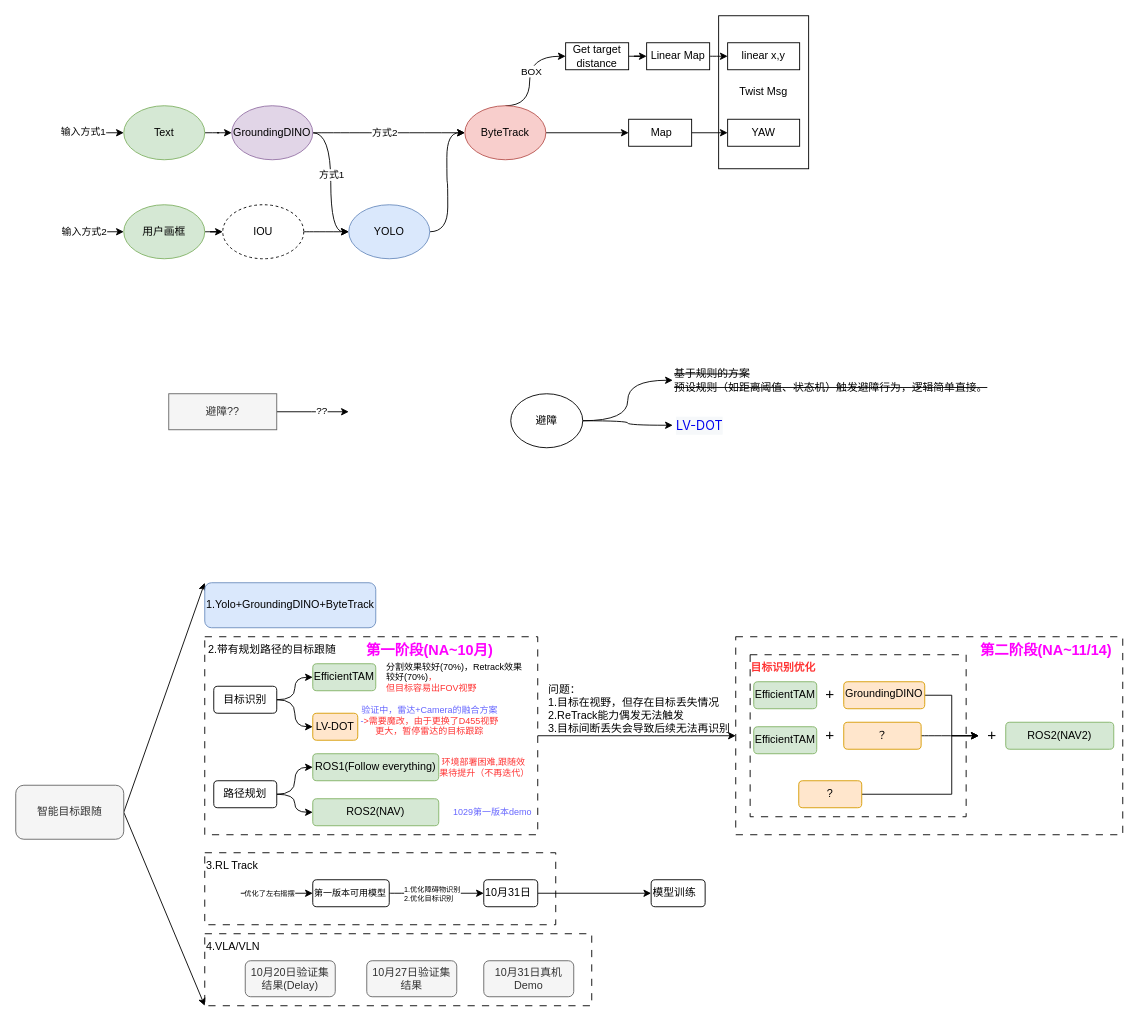
Earlier version of the draw.io diagram LLM/经典跟踪方法.drawio (mailonghua/drawio). Source tidied: cells renumbered, new cells numbered last; positions are measured from the earlier drawing's top-left corner, leaving out a move shared by most shapes. Both pictures are drawn from the tidied source at 90%, with x=0, y=0 at pixel (15, 15).
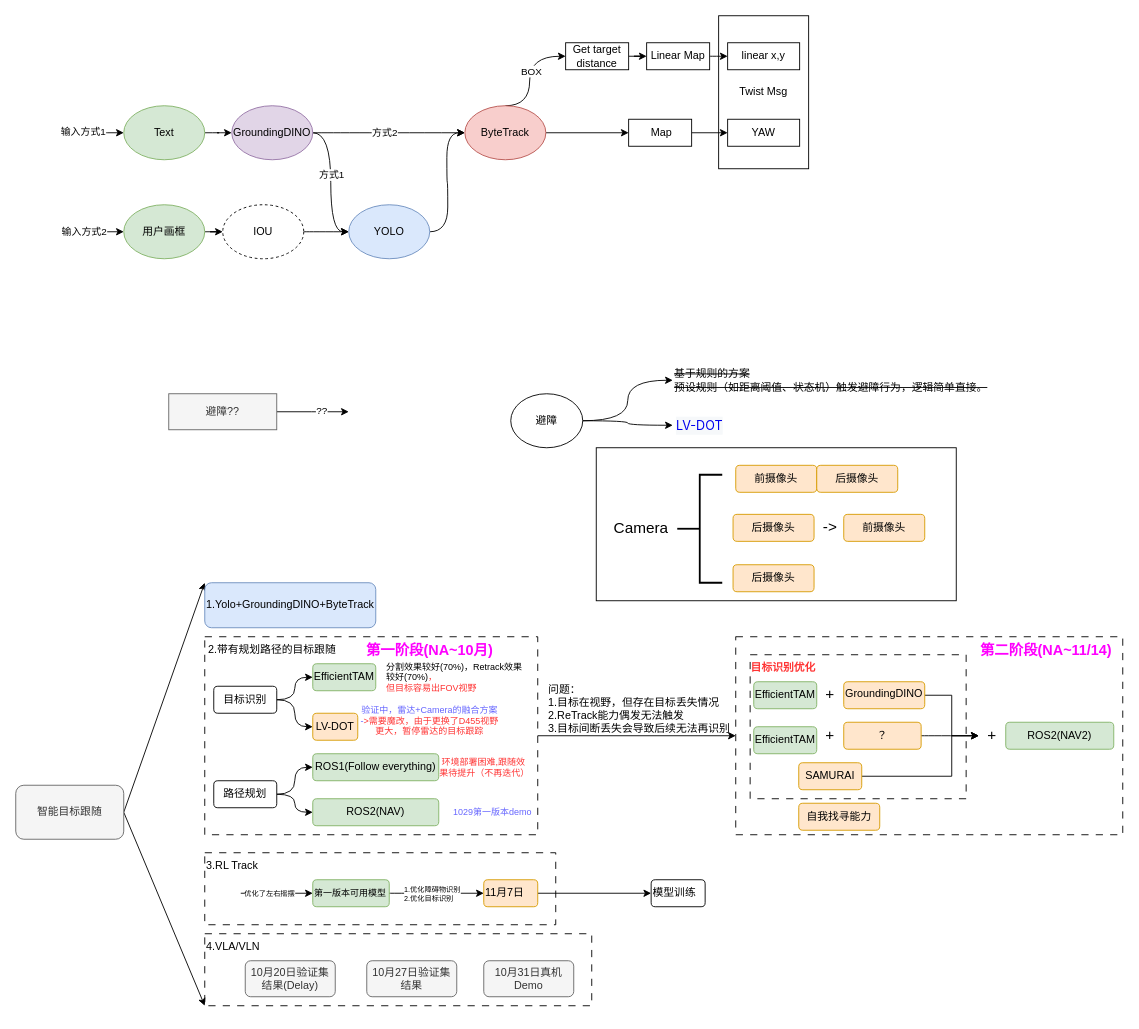
The same diagram, later.

Commit message:
更新经典跟踪方法.drawio

The change refers to these unchanged cells:
```xml
<mxCell id="91" value="+" style="text;html=1;whiteSpace=wrap;strokeColor=none;fillColor=none;align=center;verticalAlign=middle;rounded=0;fontSize=17;" parent="1" vertex="1">
  <mxGeometry x="1070" y="785" width="30" height="30" as="geometry" />
</mxCell>
```

The edit, as a diff of the source:
```diff
@@
+    <mxCell id="94" style="rounded=0;whiteSpace=wrap;html=1;" parent="1" vertex="1">
+      <mxGeometry x="645" y="480" width="400" height="170" as="geometry" />
+    </mxCell>
@@
     <mxCell id="4" style="rounded=0;whiteSpace=wrap;html=1;labelBackgroundColor=none;dashed=1;dashPattern=8 8;strokeWidth=1;" parent="1" vertex="1">
-      <mxGeometry x="816" y="710" width="240" height="180" as="geometry" />
+      <mxGeometry x="816" y="710" width="240" height="160" as="geometry" />
     </mxCell>
@@
-    <mxCell id="50" value="10月31日" style="rounded=1;whiteSpace=wrap;html=1;align=left;" parent="1" vertex="1">
+    <mxCell id="50" value="11月7日" style="rounded=1;whiteSpace=wrap;html=1;align=left;fillColor=#ffe6cc;strokeColor=#d79b00;" parent="1" vertex="1">
       <mxGeometry x="520" y="960" width="60" height="30" as="geometry" />
     </mxCell>
@@
-    <mxCell id="70" value="第一版本可用模型" style="rounded=1;whiteSpace=wrap;html=1;align=left;fontSize=10;" parent="1" vertex="1">
+    <mxCell id="70" value="第一版本可用模型" style="rounded=1;whiteSpace=wrap;html=1;align=left;fontSize=10;fillColor=#d5e8d4;strokeColor=#82b366;" parent="1" vertex="1">
       <mxGeometry x="330" y="960" width="85" height="30" as="geometry" />
     </mxCell>
@@
     <mxCell id="87" style="edgeStyle=orthogonalEdgeStyle;rounded=0;jettySize=auto;html=1;exitX=1;exitY=0.5;exitDx=0;exitDy=0;entryX=0;entryY=0.5;entryDx=0;entryDy=0;" parent="1" edge="1" source="88" target="91">
       <mxGeometry relative="1" as="geometry">
         <Array as="points">
-          <mxPoint x="1040" y="865" />
+          <mxPoint x="1040" y="845" />
           <mxPoint x="1040" y="800" />
         </Array>
       </mxGeometry>
     </mxCell>
-    <mxCell id="88" value="?" style="rounded=1;whiteSpace=wrap;html=1;align=center;fillColor=#ffe6cc;strokeColor=#d79b00;" parent="1" vertex="1">
-      <mxGeometry x="870" y="850" width="70" height="30" as="geometry" />
+    <mxCell id="88" value="SAMURAI" style="rounded=1;whiteSpace=wrap;html=1;align=center;fillColor=#ffe6cc;strokeColor=#d79b00;" parent="1" vertex="1">
+      <mxGeometry x="870" y="830" width="70" height="30" as="geometry" />
     </mxCell>
@@
+    <mxCell id="95" value="自我找寻能力" style="rounded=1;whiteSpace=wrap;html=1;align=center;fillColor=#ffe6cc;strokeColor=#d79b00;" parent="1" vertex="1">
+      <mxGeometry x="870" y="875" width="90" height="30" as="geometry" />
+    </mxCell>
+    <mxCell id="96" value="前摄像头" style="rounded=1;whiteSpace=wrap;html=1;align=center;fillColor=#ffe6cc;strokeColor=#d79b00;" parent="1" vertex="1">
+      <mxGeometry x="800" y="499.5" width="90" height="30" as="geometry" />
+    </mxCell>
+    <mxCell id="97" value="后摄像头" style="rounded=1;whiteSpace=wrap;html=1;align=center;fillColor=#ffe6cc;strokeColor=#d79b00;" parent="1" vertex="1">
+      <mxGeometry x="890" y="499.5" width="90" height="30" as="geometry" />
+    </mxCell>
+    <mxCell id="98" value="后摄像头" style="rounded=1;whiteSpace=wrap;html=1;align=center;fillColor=#ffe6cc;strokeColor=#d79b00;" parent="1" vertex="1">
+      <mxGeometry x="797" y="610" width="90" height="30" as="geometry" />
+    </mxCell>
+    <mxCell id="99" style="strokeWidth=2;html=1;shape=mxgraph.flowchart.annotation_2;align=left;labelPosition=right;" parent="1" vertex="1">
+      <mxGeometry x="735" y="510" width="50" height="120" as="geometry" />
+    </mxCell>
+    <mxCell id="100" value="Camera" style="text;html=1;whiteSpace=wrap;strokeColor=none;fillColor=none;align=center;verticalAlign=middle;rounded=0;fontSize=17;" parent="1" vertex="1">
+      <mxGeometry x="665" y="555" width="60" height="30" as="geometry" />
+    </mxCell>
+    <mxCell id="101" value="后摄像头" style="rounded=1;whiteSpace=wrap;html=1;align=center;fillColor=#ffe6cc;strokeColor=#d79b00;" parent="1" vertex="1">
+      <mxGeometry x="797" y="554" width="90" height="30" as="geometry" />
+    </mxCell>
+    <mxCell id="102" value="前摄像头" style="rounded=1;whiteSpace=wrap;html=1;align=center;fillColor=#ffe6cc;strokeColor=#d79b00;" parent="1" vertex="1">
+      <mxGeometry x="920" y="554" width="90" height="30" as="geometry" />
+    </mxCell>
+    <mxCell id="103" value="-&amp;gt;" style="text;html=1;whiteSpace=wrap;strokeColor=none;fillColor=none;align=center;verticalAlign=middle;rounded=0;fontSize=17;" parent="1" vertex="1">
+      <mxGeometry x="875" y="554" width="60" height="30" as="geometry" />
+    </mxCell>
```
